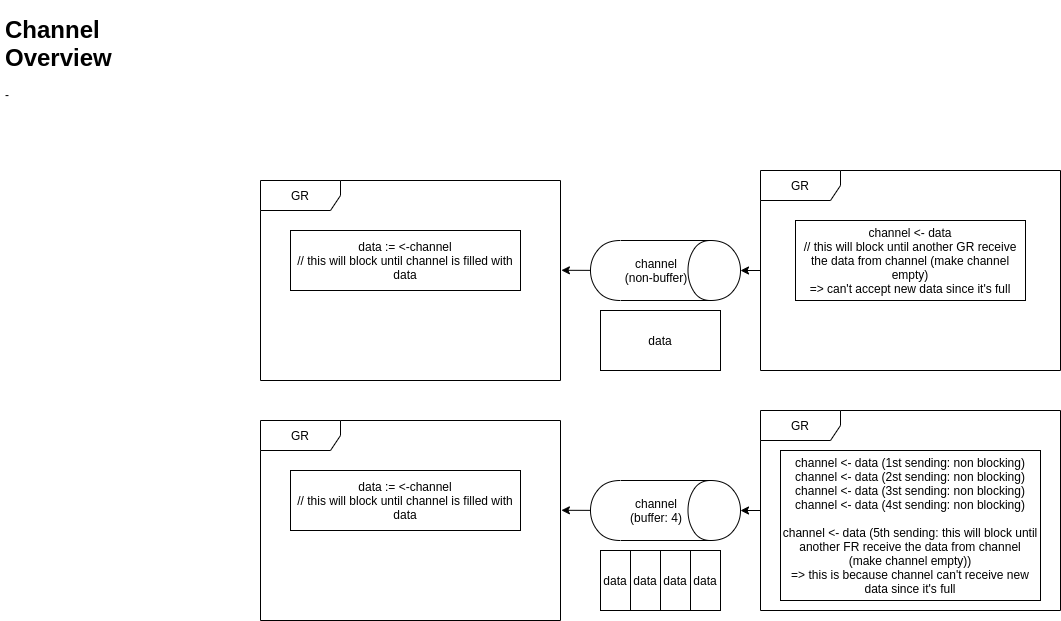
The draw.io diagram Channel_Overview.PNG in stsiwo/go_concepts, before a commit. Source tidied: cells renumbered, new cells last; positions are measured from the earlier drawing's top-left corner, leaving out a move shared by most shapes.
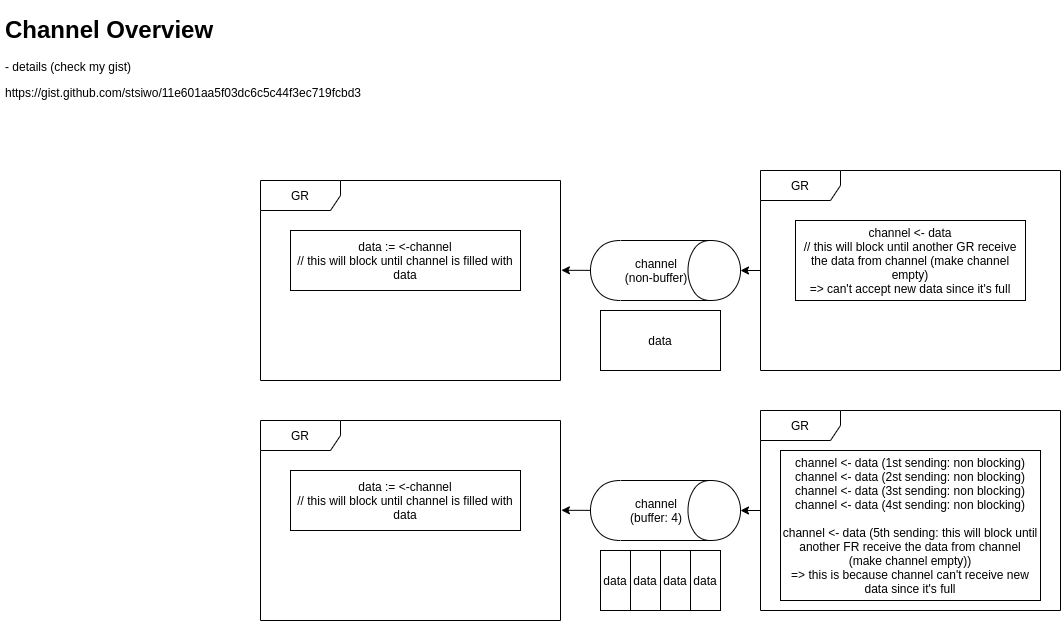
The same file after the commit.

What changed in the source:
```diff
@@ -2,8 +2,8 @@
   <root>
     <mxCell id="0" />
     <mxCell id="1" parent="0" />
-    <mxCell id="2" value="&lt;h1&gt;Channel Overview&lt;/h1&gt;&lt;p&gt;-&amp;nbsp;&lt;/p&gt;" style="text;html=1;strokeColor=none;fillColor=none;spacing=5;spacingTop=-20;whiteSpace=wrap;overflow=hidden;rounded=0;" parent="1" vertex="1">
-      <mxGeometry width="190" height="120" as="geometry" />
+    <mxCell id="2" value="&lt;h1&gt;Channel Overview&lt;/h1&gt;&lt;p&gt;- details (check my gist)&amp;nbsp;&lt;/p&gt;&lt;a href=&quot;https://gist.github.com/stsiwo/11e601aa5f03dc6c5c44f3ec719fcbd3&quot;&gt;https://gist.github.com/stsiwo/11e601aa5f03dc6c5c44f3ec719fcbd3&lt;/a&gt;" style="text;html=1;strokeColor=none;fillColor=none;spacing=5;spacingTop=-20;whiteSpace=wrap;overflow=hidden;rounded=0;" parent="1" vertex="1">
+      <mxGeometry width="430" height="120" as="geometry" />
     </mxCell>
     <mxCell id="3" style="rounded=0;jettySize=auto;html=1;entryX=1.003;entryY=0.449;entryDx=0;entryDy=0;entryPerimeter=0;" parent="1" edge="1" source="4" target="5">
       <mxGeometry relative="1" as="geometry" />
```
